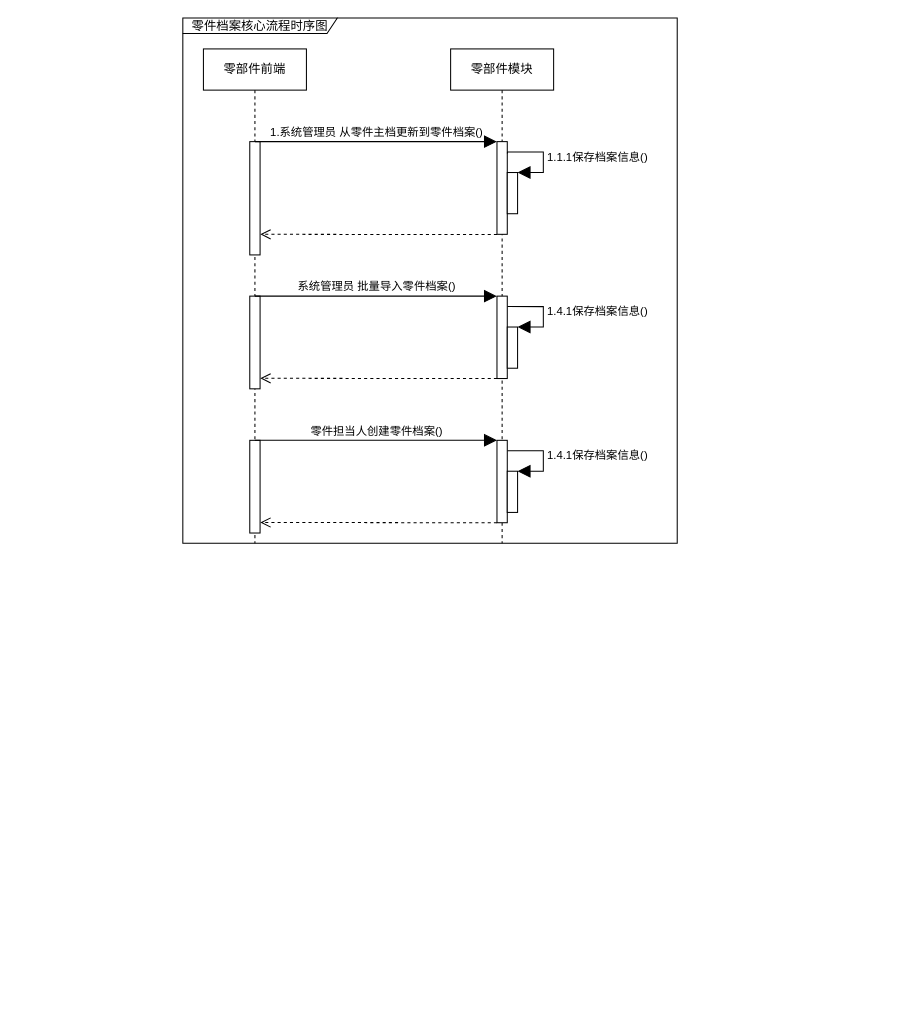
This is page "零件档案管理-时序图" (1 of 4) of 库存管理-零件档案管理.drawio from 1132489442/gitRepository1, a draw.io file, before an edit. Source tidied: cells renumbered, new cells numbered last; positions are measured from the earlier drawing's top-left corner, leaving out a move shared by most shapes. Both pictures are drawn from the tidied source at 103%, with x=0, y=0 at pixel (182, 18).
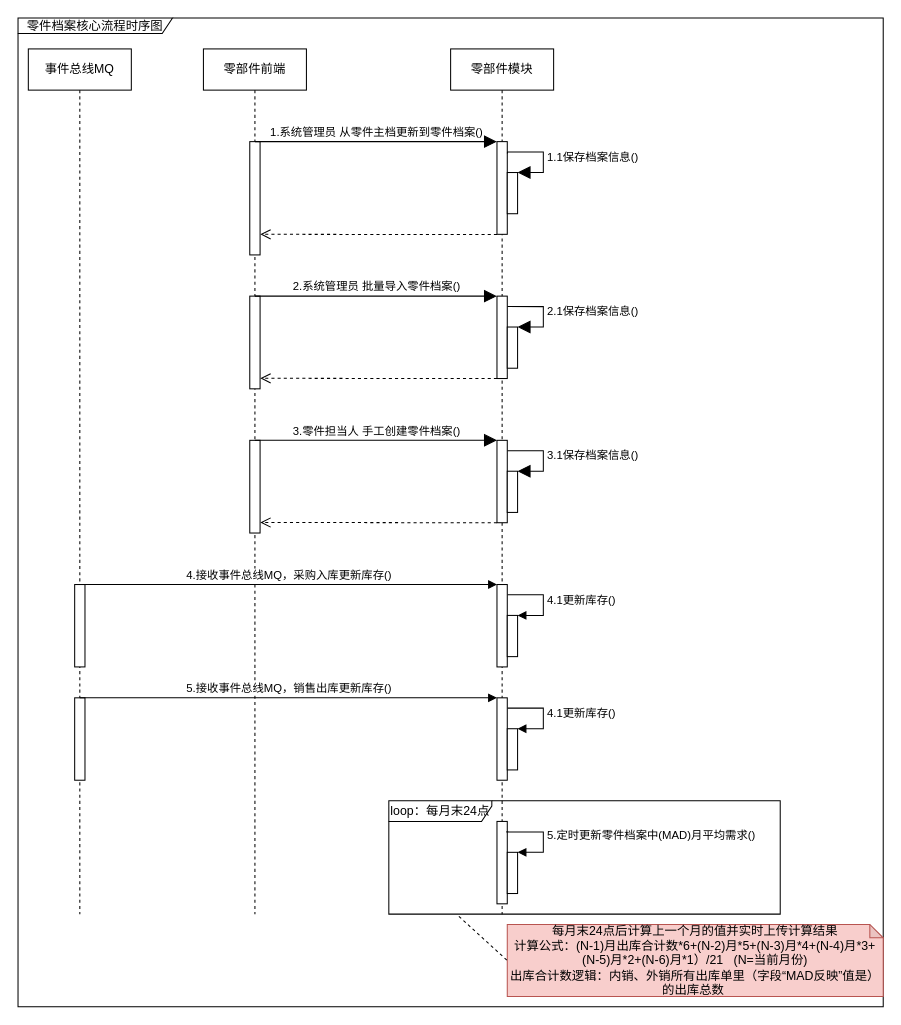
The same page after the edit.

Unchanged cells that the change refers to:
```xml
<mxCell id="5" style="html=1;points=[];perimeter=orthogonalPerimeter;fillColor=#FFFFFF;" parent="4" vertex="1">
  <mxGeometry x="45" y="90" width="10" height="90" as="geometry" />
</mxCell>
<mxCell id="6" style="html=1;points=[];perimeter=orthogonalPerimeter;fillColor=#FFFFFF;" parent="4" vertex="1">
  <mxGeometry x="55" y="120" width="10" height="40" as="geometry" />
</mxCell>
<mxCell id="11" style="html=1;points=[];perimeter=orthogonalPerimeter;fillColor=#FFFFFF;" parent="1" vertex="1">
  <mxGeometry x="305" y="410" width="10" height="80" as="geometry" />
</mxCell>
<mxCell id="12" style="html=1;points=[];perimeter=orthogonalPerimeter;fillColor=#FFFFFF;" parent="1" vertex="1">
  <mxGeometry x="315" y="440" width="10" height="40" as="geometry" />
</mxCell>
<mxCell id="18" style="html=1;points=[];perimeter=orthogonalPerimeter;fillColor=#FFFFFF;" parent="1" vertex="1">
  <mxGeometry x="305" y="270" width="10" height="80" as="geometry" />
</mxCell>
<mxCell id="19" style="html=1;points=[];perimeter=orthogonalPerimeter;fillColor=#FFFFFF;" parent="1" vertex="1">
  <mxGeometry x="315" y="300" width="10" height="40" as="geometry" />
</mxCell>
```

Diff of the diagram source:
```diff
@@
     <mxCell id="2" value="零部件前端" style="shape=umlLifeline;perimeter=lifelinePerimeter;whiteSpace=wrap;html=1;fillColor=#FFFFFF;" parent="1" vertex="1">
-      <mxGeometry x="20" y="30" width="100" height="480" as="geometry" />
+      <mxGeometry x="20" y="30" width="100" height="840" as="geometry" />
     </mxCell>
@@
     <mxCell id="4" value="零部件模块" style="shape=umlLifeline;perimeter=lifelinePerimeter;whiteSpace=wrap;html=1;fillColor=#FFFFFF;" parent="1" vertex="1">
-      <mxGeometry x="260" y="30" width="100" height="480" as="geometry" />
+      <mxGeometry x="260" y="30" width="100" height="840" as="geometry" />
     </mxCell>
@@
-    <mxCell id="7" value="1.1.1保存档案信息()" style="edgeStyle=orthogonalEdgeStyle;html=1;align=left;spacingLeft=2;endArrow=block;rounded=0;entryX=1;entryY=0;endSize=10;exitX=1.015;exitY=0.127;exitDx=0;exitDy=0;exitPerimeter=0;" parent="4" edge="1" source="5" target="6">
+    <mxCell id="7" value="1.1保存档案信息()" style="edgeStyle=orthogonalEdgeStyle;html=1;align=left;spacingLeft=2;endArrow=block;rounded=0;entryX=1;entryY=0;endSize=10;exitX=1.015;exitY=0.127;exitDx=0;exitDy=0;exitPerimeter=0;" parent="4" edge="1" source="5" target="6">
       <mxGeometry relative="1" as="geometry">
         <Array as="points">
           <mxPoint x="90" y="100" />
           <mxPoint x="90" y="120" />
         </Array>
       </mxGeometry>
     </mxCell>
+    <mxCell id="23" style="html=1;points=[];perimeter=orthogonalPerimeter;fillColor=#FFFFFF;" parent="4" vertex="1">
+      <mxGeometry x="45" y="520" width="10" height="80" as="geometry" />
+    </mxCell>
+    <mxCell id="24" style="html=1;points=[];perimeter=orthogonalPerimeter;fillColor=#FFFFFF;" parent="4" vertex="1">
+      <mxGeometry x="55" y="550" width="10" height="40" as="geometry" />
+    </mxCell>
+    <mxCell id="25" value="4.1更新库存()" style="edgeStyle=orthogonalEdgeStyle;html=1;align=left;spacingLeft=2;endArrow=block;rounded=0;entryX=1;entryY=0;exitX=1.029;exitY=0.125;exitDx=0;exitDy=0;exitPerimeter=0;" parent="4" edge="1" source="23" target="24">
+      <mxGeometry relative="1" as="geometry">
+        <Array as="points">
+          <mxPoint x="90" y="530" />
+          <mxPoint x="90" y="550" />
+        </Array>
+      </mxGeometry>
+    </mxCell>
+    <mxCell id="26" style="html=1;points=[];perimeter=orthogonalPerimeter;fillColor=#FFFFFF;" parent="4" vertex="1">
+      <mxGeometry x="45" y="750" width="10" height="80" as="geometry" />
+    </mxCell>
+    <mxCell id="27" style="html=1;points=[];perimeter=orthogonalPerimeter;fillColor=#FFFFFF;" parent="4" vertex="1">
+      <mxGeometry x="55" y="780" width="10" height="40" as="geometry" />
+    </mxCell>
+    <mxCell id="28" value="5.定时更新零件档案中(MAD)月平均需求()" style="edgeStyle=orthogonalEdgeStyle;html=1;align=left;spacingLeft=2;endArrow=block;rounded=0;entryX=1;entryY=0;exitX=0.904;exitY=0.127;exitDx=0;exitDy=0;exitPerimeter=0;" parent="4" edge="1" source="26" target="27">
+      <mxGeometry relative="1" as="geometry">
+        <Array as="points">
+          <mxPoint x="90" y="760" />
+          <mxPoint x="90" y="780" />
+        </Array>
+      </mxGeometry>
+    </mxCell>
@@
-    <mxCell id="13" value="1.4.1保存档案信息()" style="edgeStyle=orthogonalEdgeStyle;html=1;align=left;spacingLeft=2;endArrow=block;rounded=0;entryX=1;entryY=0;endSize=10;exitX=1.015;exitY=0.127;exitDx=0;exitDy=0;exitPerimeter=0;" parent="1" edge="1" source="11" target="12">
+    <mxCell id="13" value="3.1保存档案信息()" style="edgeStyle=orthogonalEdgeStyle;html=1;align=left;spacingLeft=2;endArrow=block;rounded=0;entryX=1;entryY=0;endSize=10;exitX=1.015;exitY=0.127;exitDx=0;exitDy=0;exitPerimeter=0;" parent="1" edge="1" source="11" target="12">
       <mxGeometry relative="1" as="geometry">
         <Array as="points">
           <mxPoint x="350" y="420" />
           <mxPoint x="350" y="440" />
         </Array>
       </mxGeometry>
     </mxCell>
-    <mxCell id="14" value="零件担当人创建零件档案()" style="html=1;verticalAlign=bottom;endArrow=block;entryX=0;entryY=0;rounded=0;endSize=10;" parent="1" edge="1" target="11">
+    <mxCell id="14" value="3.零件担当人 手工创建零件档案()" style="html=1;verticalAlign=bottom;endArrow=block;entryX=0;entryY=0;rounded=0;endSize=10;" parent="1" edge="1" target="11">
       <mxGeometry relative="1" as="geometry">
         <mxPoint x="70" y="410" as="sourcePoint" />
       </mxGeometry>
     </mxCell>
@@
     <mxCell id="16" value="零件档案核心流程时序图" style="shape=umlFrame;whiteSpace=wrap;html=1;fillColor=#FFFFFF;width=150;height=15;" parent="1" vertex="1">
-      <mxGeometry width="480" height="510" as="geometry" />
+      <mxGeometry x="-160" width="840" height="960" as="geometry" />
     </mxCell>
@@
-    <mxCell id="20" value="1.4.1保存档案信息()" style="edgeStyle=orthogonalEdgeStyle;html=1;align=left;spacingLeft=2;endArrow=block;rounded=0;entryX=1;entryY=0;endSize=10;exitX=1.015;exitY=0.127;exitDx=0;exitDy=0;exitPerimeter=0;" parent="1" edge="1" source="18" target="19">
+    <mxCell id="20" value="2.1保存档案信息()" style="edgeStyle=orthogonalEdgeStyle;html=1;align=left;spacingLeft=2;endArrow=block;rounded=0;entryX=1;entryY=0;endSize=10;exitX=1.015;exitY=0.127;exitDx=0;exitDy=0;exitPerimeter=0;" parent="1" edge="1" source="18" target="19">
       <mxGeometry relative="1" as="geometry">
         <Array as="points">
           <mxPoint x="350" y="280" />
           <mxPoint x="350" y="300" />
         </Array>
       </mxGeometry>
     </mxCell>
-    <mxCell id="21" value="系统管理员 批量导入零件档案()" style="html=1;verticalAlign=bottom;endArrow=block;entryX=0;entryY=0;rounded=0;endSize=10;" parent="1" edge="1" target="18">
+    <mxCell id="21" value="2.系统管理员 批量导入零件档案()" style="html=1;verticalAlign=bottom;endArrow=block;entryX=0;entryY=0;rounded=0;endSize=10;" parent="1" edge="1" target="18">
       <mxGeometry relative="1" as="geometry">
         <mxPoint x="70" y="270" as="sourcePoint" />
       </mxGeometry>
     </mxCell>
@@
+    <mxCell id="29" value="事件总线MQ" style="shape=umlLifeline;perimeter=lifelinePerimeter;whiteSpace=wrap;html=1;fillColor=#FFFFFF;" parent="1" vertex="1">
+      <mxGeometry x="-150" y="30" width="100" height="840" as="geometry" />
+    </mxCell>
+    <mxCell id="30" style="html=1;perimeter=orthogonalPerimeter;fillColor=#FFFFFF;" parent="29" vertex="1">
+      <mxGeometry x="45" y="520" width="10" height="80" as="geometry" />
+    </mxCell>
+    <mxCell id="31" value="4.接收事件总线MQ，采购入库更新库存()" style="html=1;verticalAlign=bottom;endArrow=block;entryX=0;entryY=0;rounded=0;" parent="1" edge="1" target="23">
+      <mxGeometry relative="1" as="geometry">
+        <mxPoint x="-100" y="550" as="sourcePoint" />
+      </mxGeometry>
+    </mxCell>
+    <mxCell id="32" style="html=1;points=[];perimeter=orthogonalPerimeter;fillColor=#FFFFFF;" parent="1" vertex="1">
+      <mxGeometry x="305" y="660" width="10" height="80" as="geometry" />
+    </mxCell>
+    <mxCell id="33" style="html=1;points=[];perimeter=orthogonalPerimeter;fillColor=#FFFFFF;" parent="1" vertex="1">
+      <mxGeometry x="315" y="690" width="10" height="40" as="geometry" />
+    </mxCell>
+    <mxCell id="34" value="4.1更新库存()" style="edgeStyle=orthogonalEdgeStyle;html=1;align=left;spacingLeft=2;endArrow=block;rounded=0;entryX=1;entryY=0;exitX=1.029;exitY=0.125;exitDx=0;exitDy=0;exitPerimeter=0;" parent="1" edge="1" source="32" target="33">
+      <mxGeometry relative="1" as="geometry">
+        <Array as="points">
+          <mxPoint x="350" y="670" />
+          <mxPoint x="350" y="690" />
+        </Array>
+      </mxGeometry>
+    </mxCell>
+    <mxCell id="35" style="html=1;perimeter=orthogonalPerimeter;fillColor=#FFFFFF;" parent="1" vertex="1">
+      <mxGeometry x="-105" y="660" width="10" height="80" as="geometry" />
+    </mxCell>
+    <mxCell id="36" value="5.接收事件总线MQ，销售出库更新库存()" style="html=1;verticalAlign=bottom;endArrow=block;entryX=0;entryY=0;rounded=0;" parent="1" edge="1" target="32">
+      <mxGeometry relative="1" as="geometry">
+        <mxPoint x="-100" y="660" as="sourcePoint" />
+      </mxGeometry>
+    </mxCell>
+    <mxCell id="37" value="loop：每月末24点" style="shape=umlFrame;whiteSpace=wrap;html=1;fillColor=#FFFFFF;width=100;height=20;" parent="1" vertex="1">
+      <mxGeometry x="200" y="760" width="380" height="110" as="geometry" />
+    </mxCell>
+    <mxCell id="38" value="每月末24点后计算上一个月的值并实时上传计算结果&lt;br&gt;计算公式：(N-1)月出库合计数*6+(N-2)月*5+(N-3)月*4+(N-4)月*3+(N-5)月*2+(N-6)月*1）/21&amp;nbsp; &amp;nbsp;(N=当前月份)&lt;br&gt;出库合计数逻辑：内销、外销所有出库单里（字段“MAD反映”值是）的出库总数&amp;nbsp;" style="shape=note;whiteSpace=wrap;html=1;backgroundOutline=1;darkOpacity=0.05;fillColor=#f8cecc;size=13;strokeColor=#b85450;" parent="1" vertex="1">
+      <mxGeometry x="315" y="880" width="365" height="70" as="geometry" />
+    </mxCell>
+    <mxCell id="39" style="endArrow=none;dashed=1;html=1;rounded=0;entryX=0;entryY=0.5;entryDx=0;entryDy=0;entryPerimeter=0;exitX=0.179;exitY=1.02;exitDx=0;exitDy=0;exitPerimeter=0;" parent="1" edge="1" source="37" target="38">
+      <mxGeometry relative="1" as="geometry" />
+    </mxCell>
```
